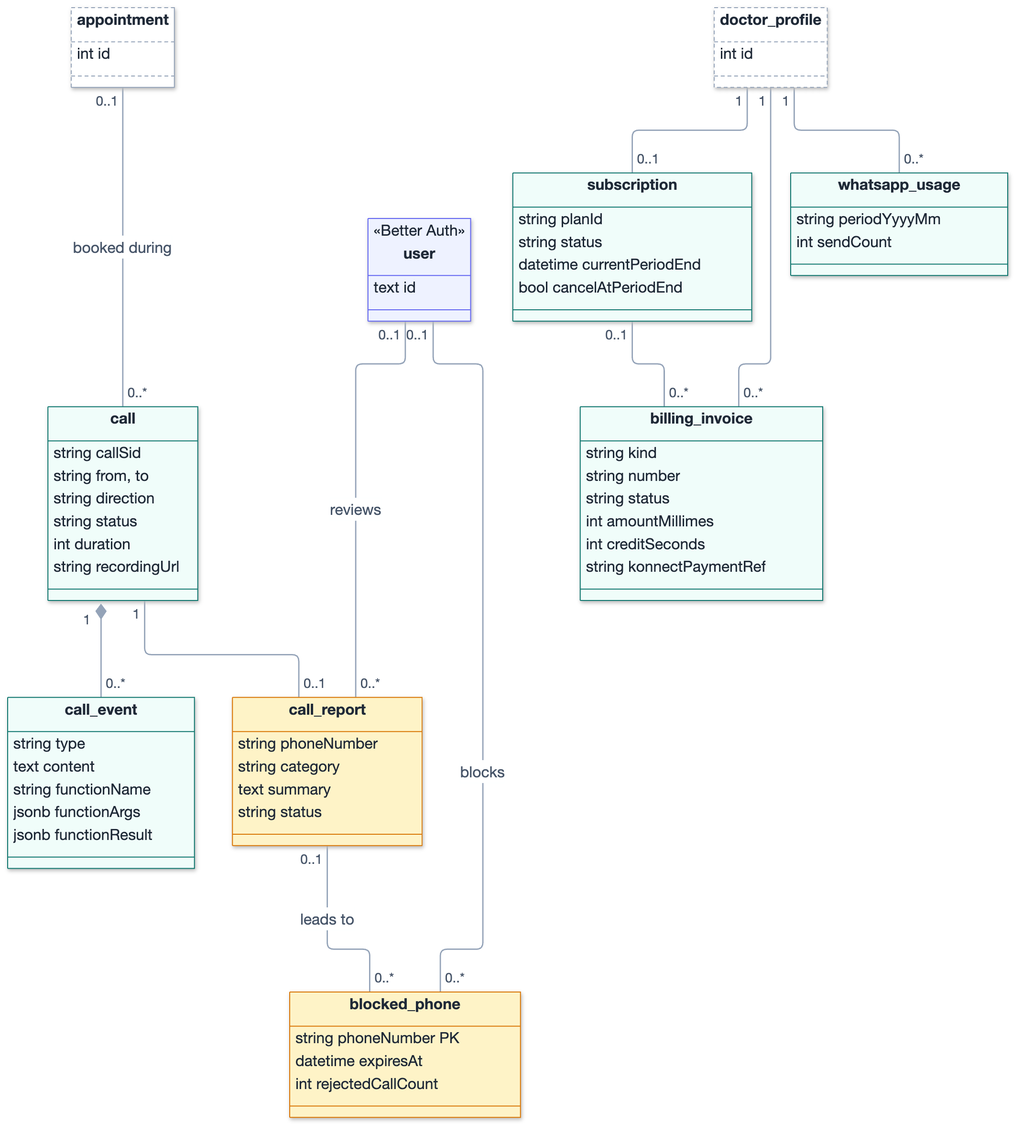
Before: images/diagrams/class_diagram_calls_billing.png, a diagram exported from Mermaid (AtriOmar/riaya-report). Its source is kept beside it as images/diagrams/src/class_diagram_calls_billing.mmd.
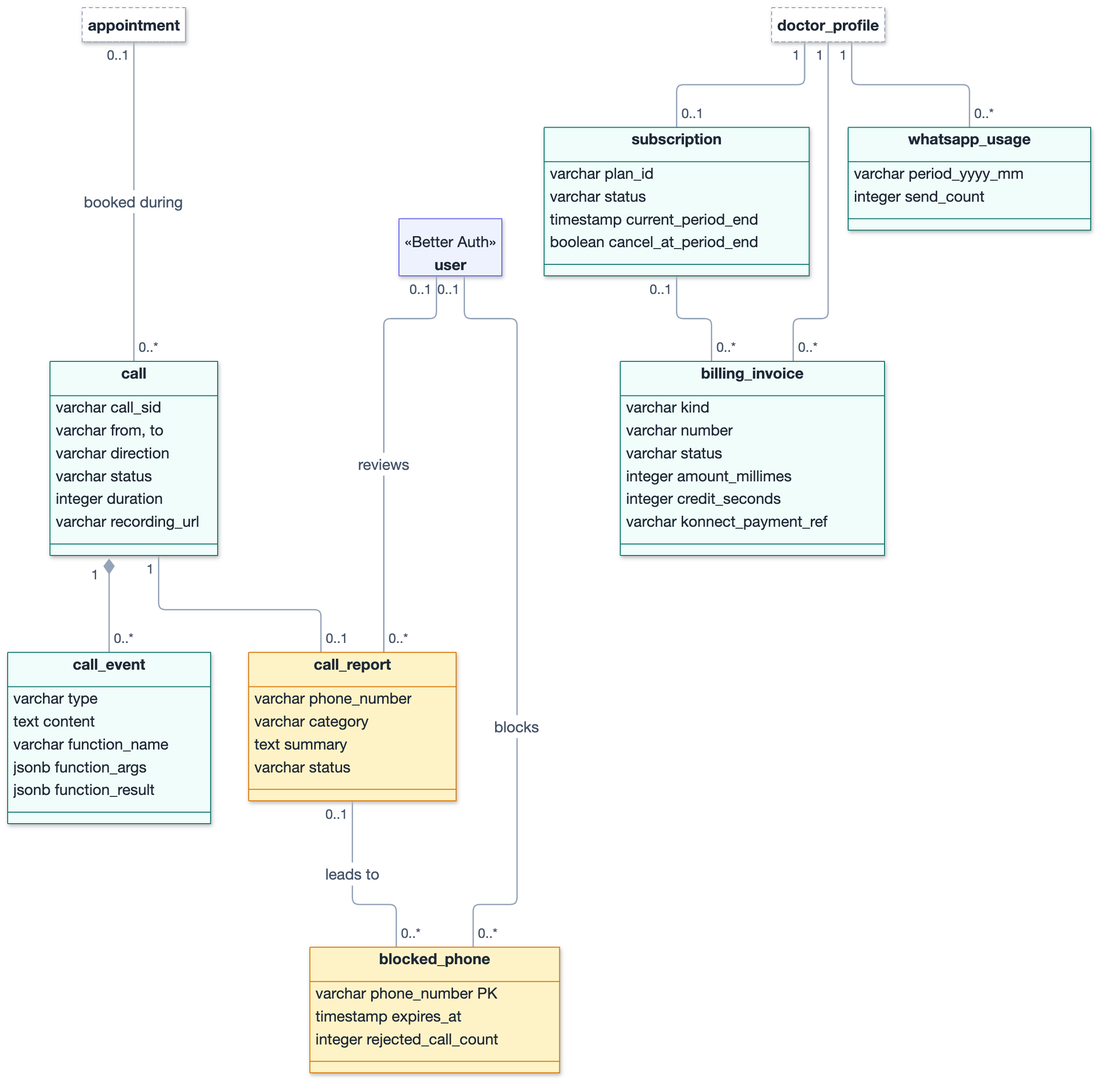
Later version of the same file.

The edit, as a diff of the source:
```diff
@@ -1,59 +1,54 @@
 classDiagram
 direction TB
 
-class appointment {
-  int id
-}
+class appointment
 class callrow["call"] {
-  string callSid
-  string from, to
-  string direction
-  string status
-  int duration
-  string recordingUrl
+  varchar call_sid
+  varchar from, to
+  varchar direction
+  varchar status
+  integer duration
+  varchar recording_url
 }
 class call_event {
-  string type
+  varchar type
   text content
-  string functionName
-  jsonb functionArgs
-  jsonb functionResult
+  varchar function_name
+  jsonb function_args
+  jsonb function_result
 }
 class call_report {
-  string phoneNumber
-  string category
+  varchar phone_number
+  varchar category
   text summary
-  string status
+  varchar status
 }
 class blocked_phone {
-  string phoneNumber PK
-  datetime expiresAt
-  int rejectedCallCount
+  varchar phone_number PK
+  timestamp expires_at
+  integer rejected_call_count
 }
 class user {
   <<Better Auth>>
-  text id
 }
-class doctor_profile {
-  int id
-}
+class doctor_profile
 class subscription {
-  string planId
-  string status
-  datetime currentPeriodEnd
-  bool cancelAtPeriodEnd
+  varchar plan_id
+  varchar status
+  timestamp current_period_end
+  boolean cancel_at_period_end
 }
 class billing_invoice {
-  string kind
-  string number
-  string status
-  int amountMillimes
-  int creditSeconds
-  string konnectPaymentRef
+  varchar kind
+  varchar number
+  varchar status
+  integer amount_millimes
+  integer credit_seconds
+  varchar konnect_payment_ref
 }
 class whatsapp_usage {
-  string periodYyyyMm
-  int sendCount
+  varchar period_yyyy_mm
+  integer send_count
 }
 
 appointment "0..1" -- "0..*" callrow : booked during
@@ -66,7 +61,6 @@
 doctor_profile "1" -- "0..*" billing_invoice
 subscription "0..1" -- "0..*" billing_invoice
 doctor_profile "1" -- "0..*" whatsapp_usage
-
 style appointment fill:#FFFFFF,stroke:#94A3B8,stroke-dasharray:4 3
 style doctor_profile fill:#FFFFFF,stroke:#94A3B8,stroke-dasharray:4 3
 style user fill:#EEF2FF,stroke:#6366F1
```
